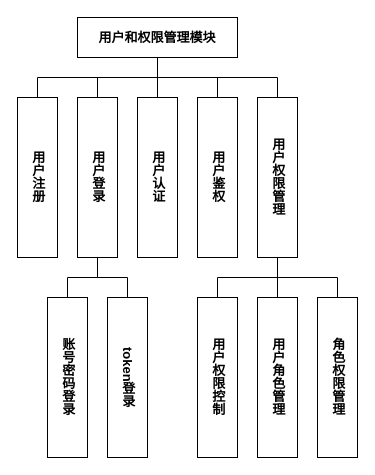
Before: page "班级管理" (6 of 8) of 系统总体结构图.drawio in 2302680972/lighteny_diagrams, a draw.io diagram. Source tidied: cells renumbered, new cells numbered last; positions are measured from the earlier drawing's top-left corner, leaving out a move shared by most shapes. Both pictures are drawn from the tidied source at 100%, with x=0, y=0 at pixel (17, 17).
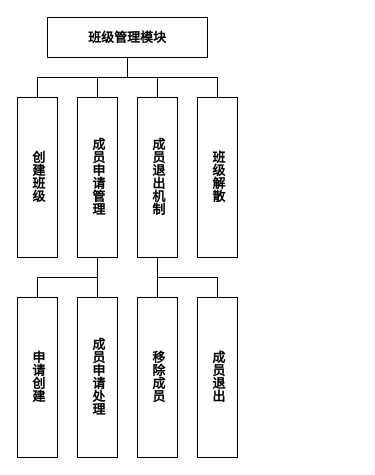
After the change.

Diff of the diagram source:
```diff
@@
     <mxCell id="2" style="edgeStyle=orthogonalEdgeStyle;rounded=0;jettySize=auto;html=1;fontSize=13;fontFamily=宋体;endArrow=none;endFill=0;fontStyle=1;" parent="1" edge="1" source="7" target="8">
       <mxGeometry relative="1" as="geometry">
         <Array as="points">
-          <mxPoint x="140" y="60" />
+          <mxPoint x="110" y="60" />
           <mxPoint x="20" y="60" />
         </Array>
       </mxGeometry>
     </mxCell>
     <mxCell id="3" style="edgeStyle=orthogonalEdgeStyle;rounded=0;jettySize=auto;html=1;fontSize=13;fontFamily=宋体;endArrow=none;endFill=0;fontStyle=1;" parent="1" edge="1" source="7" target="11">
       <mxGeometry relative="1" as="geometry">
         <Array as="points">
-          <mxPoint x="140" y="60" />
+          <mxPoint x="110" y="60" />
           <mxPoint x="80" y="60" />
         </Array>
       </mxGeometry>
     </mxCell>
@@
-    <mxCell id="6" style="edgeStyle=orthogonalEdgeStyle;rounded=0;jettySize=auto;html=1;fontSize=13;fontFamily=宋体;endArrow=none;endFill=0;fontStyle=1;" parent="1" edge="1" source="7" target="16">
-      <mxGeometry relative="1" as="geometry">
-        <Array as="points">
-          <mxPoint x="140" y="60" />
-          <mxPoint x="260" y="60" />
-        </Array>
-      </mxGeometry>
-    </mxCell>
-    <mxCell id="7" value="用户和权限管理模块" style="rounded=0;whiteSpace=wrap;html=1;strokeWidth=1;fontSize=13;fontFamily=宋体;fontStyle=1;" parent="1" vertex="1">
-      <mxGeometry x="60" width="160" height="40" as="geometry" />
+    <mxCell id="7" value="班级管理模块" style="rounded=0;whiteSpace=wrap;html=1;strokeWidth=1;fontSize=13;fontFamily=宋体;fontStyle=1;" parent="1" vertex="1">
+      <mxGeometry x="30" width="160" height="40" as="geometry" />
     </mxCell>
-    <mxCell id="8" value="用户注册" style="rounded=0;whiteSpace=wrap;html=1;textDirection=vertical-lr;strokeWidth=1;fontSize=13;fontFamily=宋体;fontStyle=1;" parent="1" vertex="1">
+    <mxCell id="8" value="创建班级" style="rounded=0;whiteSpace=wrap;html=1;textDirection=vertical-lr;strokeWidth=1;fontSize=13;fontFamily=宋体;fontStyle=1;" parent="1" vertex="1">
       <mxGeometry y="80" width="40" height="160" as="geometry" />
     </mxCell>
-    <mxCell id="9" style="edgeStyle=orthogonalEdgeStyle;rounded=0;jettySize=auto;html=1;endArrow=none;endFill=0;" parent="1" edge="1" source="11" target="18">
-      <mxGeometry relative="1" as="geometry" />
+    <mxCell id="9" style="edgeStyle=orthogonalEdgeStyle;rounded=0;jettySize=auto;html=1;endArrow=none;endFill=0;fontSize=13;fontFamily=宋体;fontStyle=1;" parent="1" edge="1" source="11" target="18">
+      <mxGeometry relative="1" as="geometry">
+        <Array as="points">
+          <mxPoint x="80" y="260" />
+          <mxPoint x="20" y="260" />
+        </Array>
+      </mxGeometry>
     </mxCell>
-    <mxCell id="10" style="edgeStyle=orthogonalEdgeStyle;rounded=0;jettySize=auto;html=1;endArrow=none;endFill=0;" parent="1" edge="1" source="11" target="19">
+    <mxCell id="10" style="edgeStyle=orthogonalEdgeStyle;rounded=0;jettySize=auto;html=1;endArrow=none;endFill=0;fontSize=13;fontFamily=宋体;fontStyle=1;" parent="1" edge="1" source="11" target="19">
       <mxGeometry relative="1" as="geometry" />
     </mxCell>
-    <mxCell id="11" value="用户登录" style="rounded=0;whiteSpace=wrap;html=1;textDirection=vertical-lr;strokeWidth=1;fontSize=13;fontFamily=宋体;fontStyle=1;" parent="1" vertex="1">
+    <mxCell id="11" value="成员申请管理" style="rounded=0;whiteSpace=wrap;html=1;textDirection=vertical-lr;strokeWidth=1;fontSize=13;fontFamily=宋体;fontStyle=1;" parent="1" vertex="1">
       <mxGeometry x="60" y="80" width="40" height="160" as="geometry" />
     </mxCell>
-    <mxCell id="12" value="用户鉴权" style="rounded=0;whiteSpace=wrap;html=1;textDirection=vertical-lr;strokeWidth=1;fontSize=13;fontFamily=宋体;fontStyle=1;" parent="1" vertex="1">
+    <mxCell id="12" value="班级解散" style="rounded=0;whiteSpace=wrap;html=1;textDirection=vertical-lr;strokeWidth=1;fontSize=13;fontFamily=宋体;fontStyle=1;" parent="1" vertex="1">
       <mxGeometry x="180" y="80" width="40" height="160" as="geometry" />
     </mxCell>
-    <mxCell id="13" style="edgeStyle=orthogonalEdgeStyle;rounded=0;jettySize=auto;html=1;endArrow=none;endFill=0;" parent="1" edge="1" source="16" target="20">
-      <mxGeometry relative="1" as="geometry">
-        <Array as="points">
-          <mxPoint x="260" y="260" />
-          <mxPoint x="200" y="260" />
-        </Array>
-      </mxGeometry>
-    </mxCell>
-    <mxCell id="14" style="edgeStyle=orthogonalEdgeStyle;rounded=0;jettySize=auto;html=1;endArrow=none;endFill=0;" parent="1" edge="1" source="16" target="21">
-      <mxGeometry relative="1" as="geometry" />
-    </mxCell>
-    <mxCell id="15" style="edgeStyle=orthogonalEdgeStyle;rounded=0;jettySize=auto;html=1;endArrow=none;endFill=0;" parent="1" edge="1" source="16" target="22">
-      <mxGeometry relative="1" as="geometry">
-        <Array as="points">
-          <mxPoint x="260" y="260" />
-          <mxPoint x="320" y="260" />
-        </Array>
-      </mxGeometry>
-    </mxCell>
-    <mxCell id="16" value="用户权限管理" style="rounded=0;whiteSpace=wrap;html=1;textDirection=vertical-lr;strokeWidth=1;fontSize=13;fontFamily=宋体;fontStyle=1;" parent="1" vertex="1">
-      <mxGeometry x="240" y="80" width="40" height="160" as="geometry" />
-    </mxCell>
+    <mxCell id="23" style="edgeStyle=orthogonalEdgeStyle;rounded=0;jettySize=auto;html=1;endArrow=none;endFill=0;fontSize=13;fontFamily=宋体;fontStyle=1;" parent="1" edge="1" source="17" target="20">
+      <mxGeometry relative="1" as="geometry" />
+    </mxCell>
+    <mxCell id="24" style="edgeStyle=orthogonalEdgeStyle;rounded=0;jettySize=auto;html=1;endArrow=none;endFill=0;fontSize=13;fontFamily=宋体;fontStyle=1;" parent="1" edge="1" source="17" target="25">
+      <mxGeometry relative="1" as="geometry">
+        <Array as="points">
+          <mxPoint x="140" y="260" />
+          <mxPoint x="200" y="260" />
+        </Array>
+      </mxGeometry>
+    </mxCell>
-    <mxCell id="17" value="用户认证" style="rounded=0;whiteSpace=wrap;html=1;textDirection=vertical-lr;strokeWidth=1;fontSize=13;fontFamily=宋体;fontStyle=1;" parent="1" vertex="1">
+    <mxCell id="17" value="成员退出机制" style="rounded=0;whiteSpace=wrap;html=1;textDirection=vertical-lr;strokeWidth=1;fontSize=13;fontFamily=宋体;fontStyle=1;" parent="1" vertex="1">
       <mxGeometry x="120" y="80" width="40" height="160" as="geometry" />
     </mxCell>
-    <mxCell id="18" value="账号密码登录" style="rounded=0;whiteSpace=wrap;html=1;textDirection=vertical-lr;strokeWidth=1;fontSize=13;fontFamily=宋体;fontStyle=1;" parent="1" vertex="1">
-      <mxGeometry x="30" y="280" width="40" height="160" as="geometry" />
+    <mxCell id="18" value="申请创建" style="rounded=0;whiteSpace=wrap;html=1;textDirection=vertical-lr;strokeWidth=1;fontSize=13;fontFamily=宋体;fontStyle=1;" parent="1" vertex="1">
+      <mxGeometry y="280" width="40" height="160" as="geometry" />
     </mxCell>
-    <mxCell id="19" value="token登录" style="rounded=0;whiteSpace=wrap;html=1;textDirection=vertical-lr;strokeWidth=1;fontSize=13;fontFamily=宋体;fontStyle=1;" parent="1" vertex="1">
-      <mxGeometry x="90" y="280" width="40" height="160" as="geometry" />
+    <mxCell id="19" value="成员申请处理" style="rounded=0;whiteSpace=wrap;html=1;textDirection=vertical-lr;strokeWidth=1;fontSize=13;fontFamily=宋体;fontStyle=1;" parent="1" vertex="1">
+      <mxGeometry x="60" y="280" width="40" height="160" as="geometry" />
     </mxCell>
-    <mxCell id="20" value="用户权限控制" style="rounded=0;whiteSpace=wrap;html=1;textDirection=vertical-lr;strokeWidth=1;fontSize=13;fontFamily=宋体;fontStyle=1;" parent="1" vertex="1">
-      <mxGeometry x="180" y="280" width="40" height="160" as="geometry" />
+    <mxCell id="20" value="移除成员" style="rounded=0;whiteSpace=wrap;html=1;textDirection=vertical-lr;strokeWidth=1;fontSize=13;fontFamily=宋体;fontStyle=1;" parent="1" vertex="1">
+      <mxGeometry x="120" y="280" width="40" height="160" as="geometry" />
     </mxCell>
-    <mxCell id="21" value="用户角色管理" style="rounded=0;whiteSpace=wrap;html=1;textDirection=vertical-lr;strokeWidth=1;fontSize=13;fontFamily=宋体;fontStyle=1;" parent="1" vertex="1">
-      <mxGeometry x="240" y="280" width="40" height="160" as="geometry" />
-    </mxCell>
-    <mxCell id="22" value="角色权限管理" style="rounded=0;whiteSpace=wrap;html=1;textDirection=vertical-lr;strokeWidth=1;fontSize=13;fontFamily=宋体;fontStyle=1;" parent="1" vertex="1">
-      <mxGeometry x="300" y="280" width="40" height="160" as="geometry" />
-    </mxCell>
+    <mxCell id="25" value="成员退出" style="rounded=0;whiteSpace=wrap;html=1;textDirection=vertical-lr;strokeWidth=1;fontSize=13;fontFamily=宋体;fontStyle=1;" parent="1" vertex="1">
+      <mxGeometry x="180" y="280" width="40" height="160" as="geometry" />
+    </mxCell>
```
